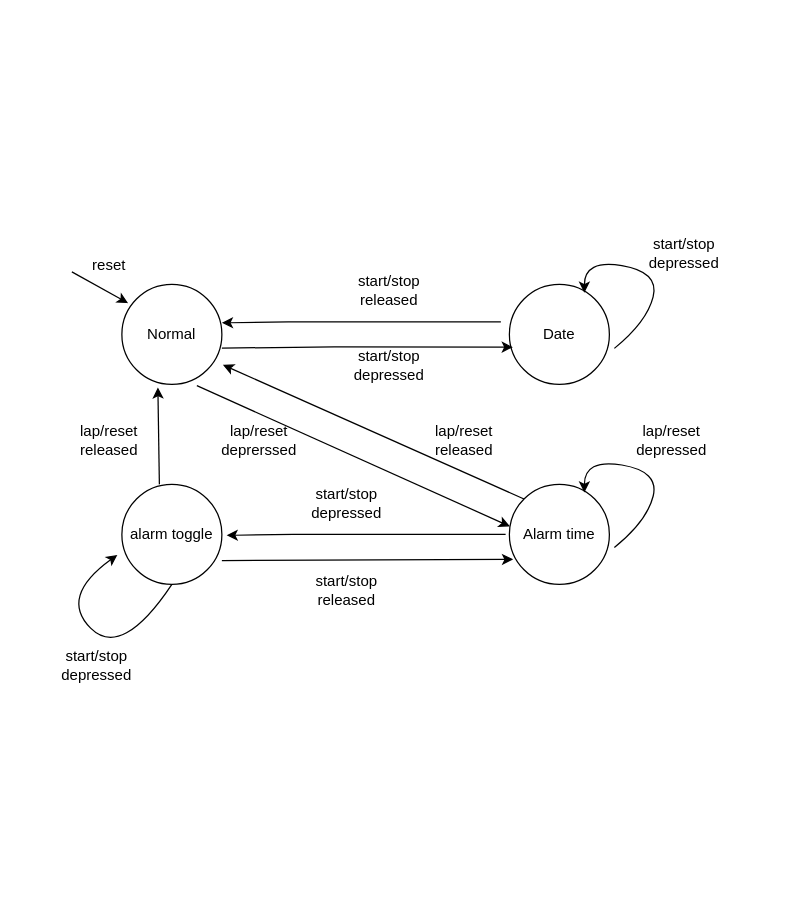
The draw.io diagram page "Clock" (1 of 4) of Stopwatch FSM.drawio in epicfletch/UWE-Stopwatch-3LM, before the edit. Source tidied: cells renumbered, new cells numbered last; positions are measured from the earlier drawing's top-left corner, leaving out a move shared by most shapes. Both pictures are drawn from the tidied source at 125%, with x=0, y=0 at pixel (59, 234).
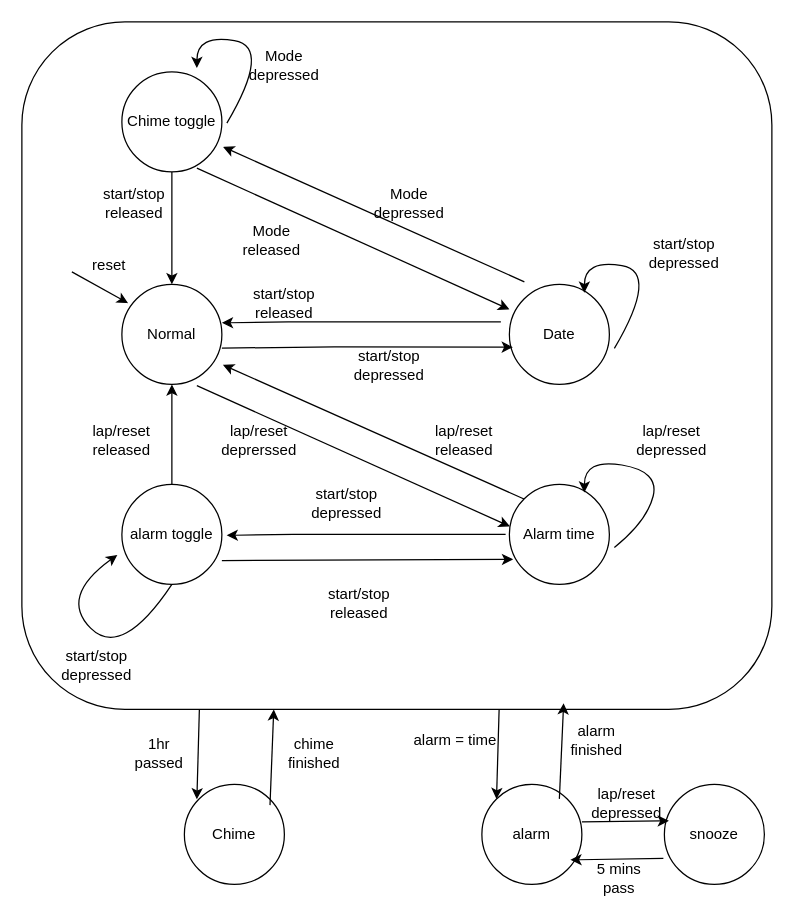
After the change.

The change refers to these unchanged cells:
```xml
<mxCell id="2" value="Normal" style="ellipse;whiteSpace=wrap;html=1;" parent="1" vertex="1">
  <mxGeometry x="50" y="40" width="80" height="80" as="geometry" />
</mxCell>
<mxCell id="3" value="Date" style="ellipse;whiteSpace=wrap;html=1;" parent="1" vertex="1">
  <mxGeometry x="360" y="40" width="80" height="80" as="geometry" />
</mxCell>
<mxCell id="4" value="alarm toggle" style="ellipse;whiteSpace=wrap;html=1;" parent="1" vertex="1">
  <mxGeometry x="50" y="200" width="80" height="80" as="geometry" />
</mxCell>
```

What changed in the source:
```diff
@@
+    <mxCell id="28" style="rounded=1;whiteSpace=wrap;html=1;" parent="1" vertex="1">
+      <mxGeometry x="-30" y="-170" width="600" height="550" as="geometry" />
+    </mxCell>
@@
     <mxCell id="10" style="curved=1;endArrow=classic;html=1;rounded=0;exitX=1.05;exitY=0.64;exitDx=0;exitDy=0;exitPerimeter=0;entryX=0.75;entryY=0.085;entryDx=0;entryDy=0;entryPerimeter=0;" parent="1" edge="1" source="3" target="3">
       <mxGeometry relative="1" as="geometry">
         <Array as="points">
-          <mxPoint x="470" y="70" />
           <mxPoint x="480" y="30" />
           <mxPoint x="420" y="20" />
         </Array>
       </mxGeometry>
     </mxCell>
@@
-    <mxCell id="19" value="start/stop released" style="text;html=1;align=center;verticalAlign=middle;whiteSpace=wrap;rounded=0;" parent="1" vertex="1">
-      <mxGeometry x="200" y="270" width="60" height="30" as="geometry" />
+    <mxCell id="19" value="alarm = time" style="text;html=1;align=center;verticalAlign=middle;whiteSpace=wrap;rounded=0;" parent="1" vertex="1">
+      <mxGeometry x="280" y="390" width="74" height="30" as="geometry" />
     </mxCell>
@@
-    <mxCell id="22" style="endArrow=classic;html=1;rounded=0;entryX=0.36;entryY=1.03;entryDx=0;entryDy=0;entryPerimeter=0;" parent="1" edge="1" target="2">
-      <mxGeometry relative="1" as="geometry">
-        <mxPoint x="80" y="200" as="sourcePoint" />
-      </mxGeometry>
+    <mxCell id="22" style="endArrow=classic;html=1;rounded=0;entryX=0.5;entryY=1;entryDx=0;entryDy=0;exitX=0.5;exitY=0;exitDx=0;exitDy=0;" parent="1" edge="1" source="4" target="2">
+      <mxGeometry relative="1" as="geometry" />
     </mxCell>
     <mxCell id="23" value="lap/reset released" style="text;html=1;align=center;verticalAlign=middle;whiteSpace=wrap;rounded=0;" parent="1" vertex="1">
-      <mxGeometry x="10" y="150" width="60" height="30" as="geometry" />
+      <mxGeometry x="20" y="150" width="60" height="30" as="geometry" />
     </mxCell>
@@
-    <mxCell id="27" value="start/stop released" style="text;html=1;align=center;verticalAlign=middle;whiteSpace=wrap;rounded=0;" parent="1" vertex="1">
-      <mxGeometry x="234" y="30" width="60" height="30" as="geometry" />
+    <mxCell id="27" value="Mode released" style="text;html=1;align=center;verticalAlign=middle;whiteSpace=wrap;rounded=0;" parent="1" vertex="1">
+      <mxGeometry x="140" y="-10" width="60" height="30" as="geometry" />
     </mxCell>
+    <mxCell id="29" value="alarm" style="ellipse;whiteSpace=wrap;html=1;" parent="1" vertex="1">
+      <mxGeometry x="338" y="440" width="80" height="80" as="geometry" />
+    </mxCell>
+    <mxCell id="30" style="endArrow=classic;html=1;rounded=0;exitX=0.463;exitY=1;exitDx=0;exitDy=0;exitPerimeter=0;entryX=0;entryY=0;entryDx=0;entryDy=0;" parent="1" edge="1" target="29">
+      <mxGeometry relative="1" as="geometry">
+        <mxPoint x="351.8" y="380" as="sourcePoint" />
+      </mxGeometry>
+    </mxCell>
+    <mxCell id="31" style="endArrow=classic;html=1;rounded=0;exitX=0.85;exitY=0.02;exitDx=0;exitDy=0;exitPerimeter=0;entryX=0.549;entryY=0.991;entryDx=0;entryDy=0;entryPerimeter=0;" parent="1" edge="1">
+      <mxGeometry relative="1" as="geometry">
+        <mxPoint x="400" y="451.6" as="sourcePoint" />
+        <mxPoint x="403.4" y="375.1" as="targetPoint" />
+      </mxGeometry>
+    </mxCell>
+    <mxCell id="32" value="snooze" style="ellipse;whiteSpace=wrap;html=1;" parent="1" vertex="1">
+      <mxGeometry x="484" y="440" width="80" height="80" as="geometry" />
+    </mxCell>
+    <mxCell id="33" style="endArrow=classic;html=1;rounded=0;entryX=0.045;entryY=0.365;entryDx=0;entryDy=0;entryPerimeter=0;" parent="1" edge="1" target="32">
+      <mxGeometry relative="1" as="geometry">
+        <mxPoint x="418" y="470" as="sourcePoint" />
+      </mxGeometry>
+    </mxCell>
+    <mxCell id="34" style="endArrow=classic;html=1;rounded=0;entryX=0.885;entryY=0.755;entryDx=0;entryDy=0;entryPerimeter=0;exitX=-0.01;exitY=0.74;exitDx=0;exitDy=0;exitPerimeter=0;" parent="1" edge="1" source="32" target="29">
+      <mxGeometry relative="1" as="geometry" />
+    </mxCell>
+    <mxCell id="35" value="Chime toggle" style="ellipse;whiteSpace=wrap;html=1;" parent="1" vertex="1">
+      <mxGeometry x="50" y="-130" width="80" height="80" as="geometry" />
+    </mxCell>
+    <mxCell id="36" style="endArrow=classic;html=1;rounded=0;exitX=1;exitY=0.5;exitDx=0;exitDy=0;entryX=0.005;entryY=0.42;entryDx=0;entryDy=0;entryPerimeter=0;" parent="1" edge="1">
+      <mxGeometry relative="1" as="geometry">
+        <mxPoint x="110" y="-53" as="sourcePoint" />
+        <mxPoint x="360" y="60" as="targetPoint" />
+      </mxGeometry>
+    </mxCell>
+    <mxCell id="37" style="endArrow=classic;html=1;rounded=0;exitX=0;exitY=0;exitDx=0;exitDy=0;entryX=1.01;entryY=0.805;entryDx=0;entryDy=0;entryPerimeter=0;" parent="1" edge="1">
+      <mxGeometry relative="1" as="geometry">
+        <mxPoint x="372" y="38" as="sourcePoint" />
+        <mxPoint x="131" y="-70" as="targetPoint" />
+      </mxGeometry>
+    </mxCell>
+    <mxCell id="38" style="endArrow=classic;html=1;rounded=0;exitX=0.5;exitY=1;exitDx=0;exitDy=0;" parent="1" edge="1" source="35">
+      <mxGeometry relative="1" as="geometry">
+        <mxPoint x="90" y="40" as="targetPoint" />
+      </mxGeometry>
+    </mxCell>
+    <mxCell id="39" style="curved=1;endArrow=classic;html=1;rounded=0;exitX=1.05;exitY=0.64;exitDx=0;exitDy=0;exitPerimeter=0;entryX=0.75;entryY=0.085;entryDx=0;entryDy=0;entryPerimeter=0;" parent="1" edge="1">
+      <mxGeometry relative="1" as="geometry">
+        <mxPoint x="134" y="-89" as="sourcePoint" />
+        <mxPoint x="110" y="-133" as="targetPoint" />
+        <Array as="points">
+          <mxPoint x="170" y="-150" />
+          <mxPoint x="110" y="-160" />
+        </Array>
+      </mxGeometry>
+    </mxCell>
+    <mxCell id="40" value="start/stop released" style="text;html=1;align=center;verticalAlign=middle;whiteSpace=wrap;rounded=0;" parent="1" vertex="1">
+      <mxGeometry x="150" y="40" width="60" height="30" as="geometry" />
+    </mxCell>
+    <mxCell id="41" value="Mode depressed" style="text;html=1;align=center;verticalAlign=middle;whiteSpace=wrap;rounded=0;" parent="1" vertex="1">
+      <mxGeometry x="250" y="-40" width="60" height="30" as="geometry" />
+    </mxCell>
+    <mxCell id="42" value="Mode depressed" style="text;html=1;align=center;verticalAlign=middle;whiteSpace=wrap;rounded=0;" parent="1" vertex="1">
+      <mxGeometry x="150" y="-150" width="60" height="30" as="geometry" />
+    </mxCell>
+    <mxCell id="43" value="start/stop released" style="text;html=1;align=center;verticalAlign=middle;whiteSpace=wrap;rounded=0;" parent="1" vertex="1">
+      <mxGeometry x="30" y="-40" width="60" height="30" as="geometry" />
+    </mxCell>
+    <mxCell id="44" value="Chime" style="ellipse;whiteSpace=wrap;html=1;" parent="1" vertex="1">
+      <mxGeometry x="100" y="440" width="80" height="80" as="geometry" />
+    </mxCell>
+    <mxCell id="45" style="endArrow=classic;html=1;rounded=0;exitX=0.463;exitY=1;exitDx=0;exitDy=0;exitPerimeter=0;entryX=0;entryY=0;entryDx=0;entryDy=0;" parent="1" edge="1">
+      <mxGeometry relative="1" as="geometry">
+        <mxPoint x="112" y="380" as="sourcePoint" />
+        <mxPoint x="110" y="452" as="targetPoint" />
+      </mxGeometry>
+    </mxCell>
+    <mxCell id="46" style="endArrow=classic;html=1;rounded=0;exitX=0.85;exitY=0.02;exitDx=0;exitDy=0;exitPerimeter=0;entryX=0.549;entryY=0.991;entryDx=0;entryDy=0;entryPerimeter=0;" parent="1" edge="1">
+      <mxGeometry relative="1" as="geometry">
+        <mxPoint x="168.5" y="456.6" as="sourcePoint" />
+        <mxPoint x="171.5" y="380" as="targetPoint" />
+      </mxGeometry>
+    </mxCell>
+    <mxCell id="47" value="start/stop released" style="text;html=1;align=center;verticalAlign=middle;whiteSpace=wrap;rounded=0;" parent="1" vertex="1">
+      <mxGeometry x="210" y="280" width="60" height="30" as="geometry" />
+    </mxCell>
+    <mxCell id="48" value="1hr passed" style="text;html=1;align=center;verticalAlign=middle;whiteSpace=wrap;rounded=0;" parent="1" vertex="1">
+      <mxGeometry x="50" y="400" width="60" height="30" as="geometry" />
+    </mxCell>
+    <mxCell id="49" value="chime finished" style="text;html=1;align=center;verticalAlign=middle;whiteSpace=wrap;rounded=0;" parent="1" vertex="1">
+      <mxGeometry x="174" y="400" width="60" height="30" as="geometry" />
+    </mxCell>
+    <mxCell id="50" value="alarm finished" style="text;html=1;align=center;verticalAlign=middle;whiteSpace=wrap;rounded=0;" parent="1" vertex="1">
+      <mxGeometry x="400" y="390" width="60" height="30" as="geometry" />
+    </mxCell>
+    <mxCell id="51" value="lap/reset depressed" style="text;html=1;align=center;verticalAlign=middle;whiteSpace=wrap;rounded=0;" parent="1" vertex="1">
+      <mxGeometry x="424" y="440" width="60" height="30" as="geometry" />
+    </mxCell>
+    <mxCell id="52" value="5 mins pass" style="text;html=1;align=center;verticalAlign=middle;whiteSpace=wrap;rounded=0;" parent="1" vertex="1">
+      <mxGeometry x="418" y="500" width="60" height="30" as="geometry" />
+    </mxCell>
```
